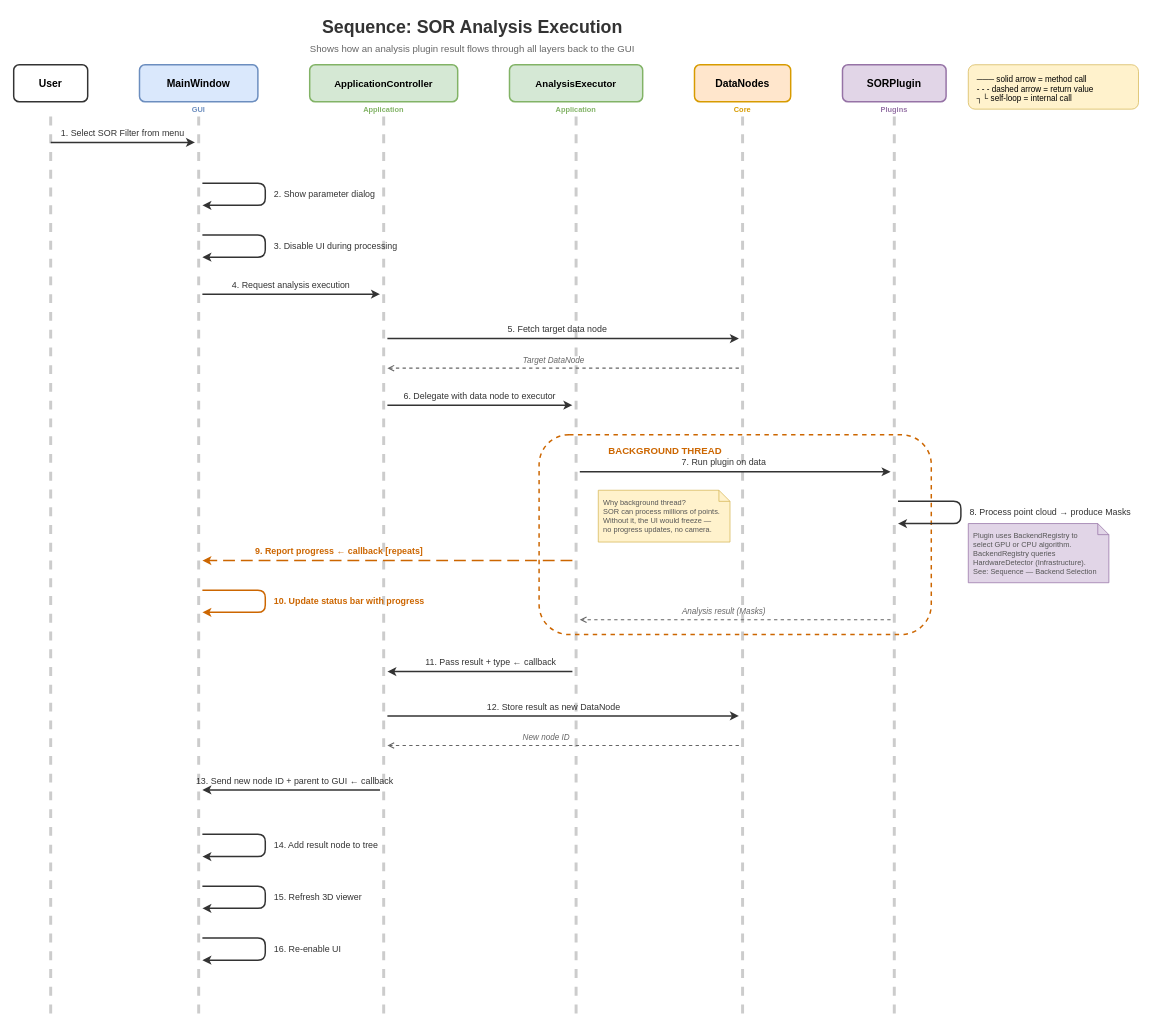
Sepehr-Sobhani-AU/SPCToolkit keeps this draw.io diagram as docs/sequence_run_analysis.drawio. Above is the earlier version. Source tidied: cells renumbered, new cells numbered last; positions are measured from the earlier drawing's top-left corner, leaving out a move shared by most shapes. Both pictures are drawn from the tidied source at 74%, with x=0, y=0 at pixel (13, 13).
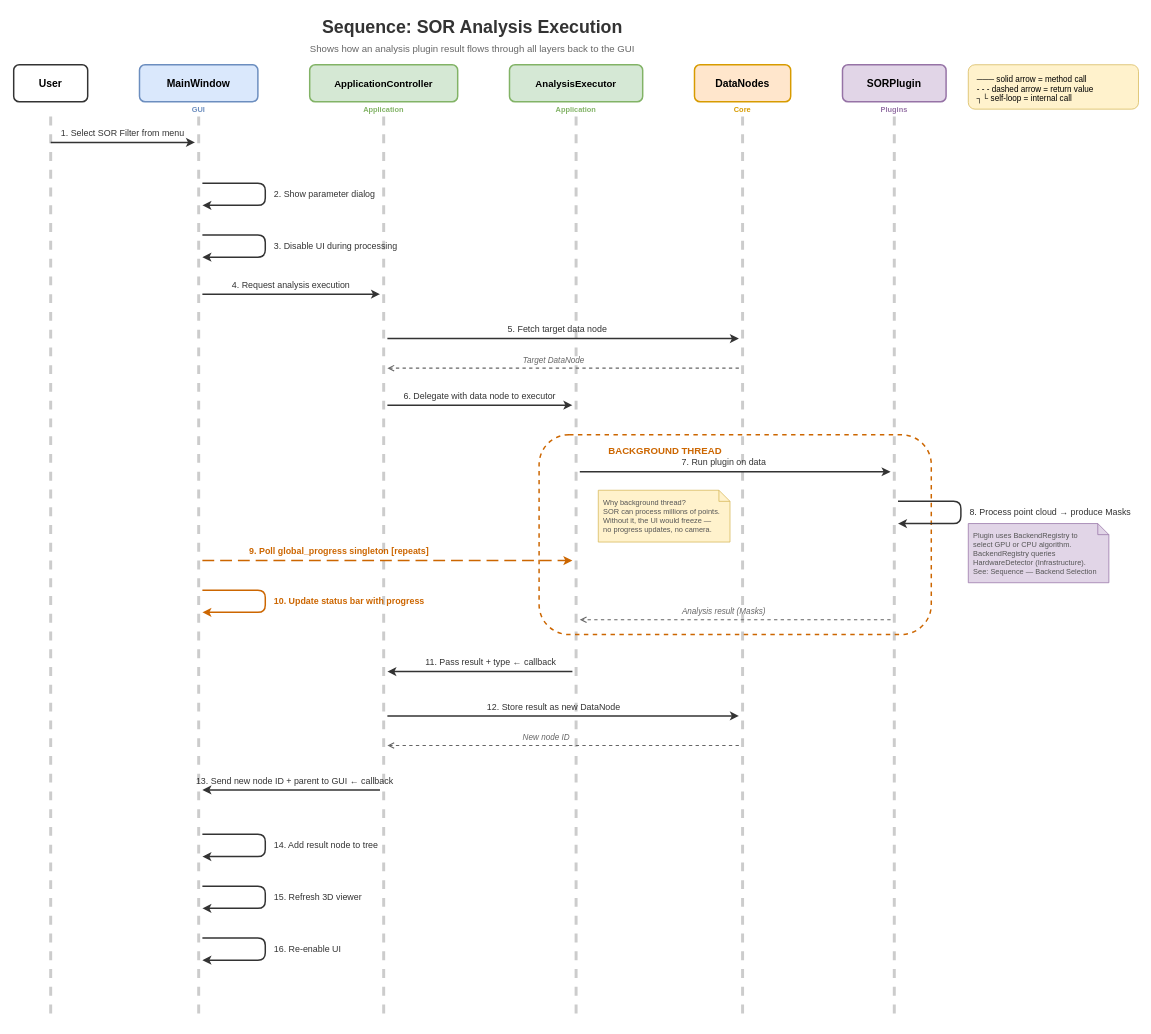
After the change.

Commit message (it also covers changes not shown here):
Update architecture diagrams to reflect singleton progress pattern

Replace outdated "progress callbacks" references with the new
global_progress singleton pattern, and reverse the step-9 arrow
direction to show MainWindow polling instead of push callbacks.

Diff of the diagram source:
```diff
@@
     <mxCell id="43" style="endArrow=classic;html=1;strokeWidth=2;strokeColor=#cc6600;dashed=1;dashPattern=8 4;" parent="1" edge="1">
       <mxGeometry relative="1" as="geometry">
-        <mxPoint x="755" y="740" as="sourcePoint" />
-        <mxPoint x="255" y="740" as="targetPoint" />
+        <mxPoint x="255" y="740" as="sourcePoint" />
+        <mxPoint x="755" y="740" as="targetPoint" />
       </mxGeometry>
     </mxCell>
-    <mxCell id="44" value="9. Report progress ← callback [repeats]" style="text;html=1;strokeColor=none;fillColor=none;align=center;verticalAlign=bottom;whiteSpace=wrap;rounded=0;fontSize=12;fontColor=#cc6600;fontStyle=1;" parent="1" vertex="1">
+    <mxCell id="44" value="9. Poll global_progress singleton [repeats]" style="text;html=1;strokeColor=none;fillColor=none;align=center;verticalAlign=bottom;whiteSpace=wrap;rounded=0;fontSize=12;fontColor=#cc6600;fontStyle=1;" parent="1" vertex="1">
       <mxGeometry x="270" y="715" width="340" height="22" as="geometry" />
     </mxCell>
```
